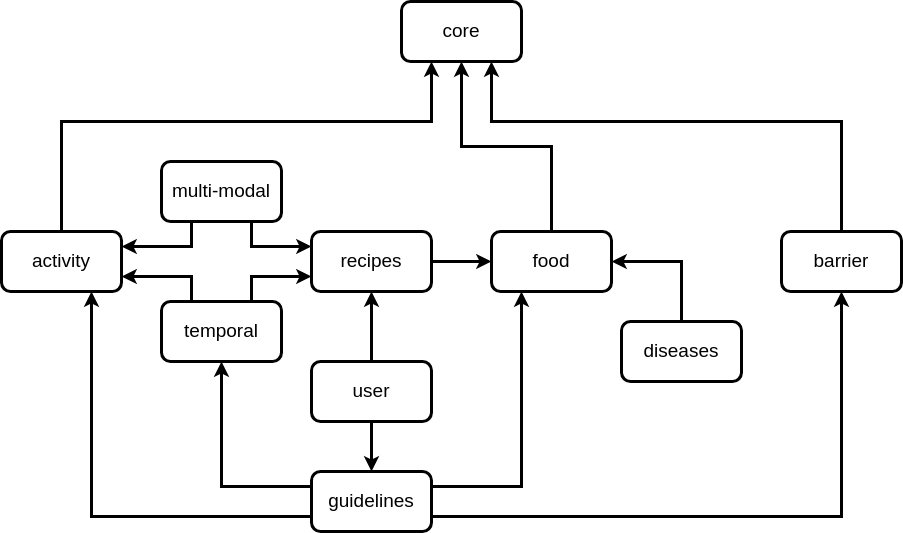
Before: diagrams/fuskg-modules/fuskg-modules.png, a diagram exported from draw.io (IDA-FBK/FuS-KG). Source tidied: cells renumbered, new cells last; positions are measured from the earlier drawing's top-left corner, leaving out a move shared by most shapes. Its diagram source:
```xml
<mxGraphModel>
  <root>
    <mxCell id="0" />
    <mxCell id="1" parent="0" />
    <mxCell id="2" value="core" style="rounded=1;whiteSpace=wrap;html=1;strokeWidth=3;fontSize=19;" parent="1" vertex="1">
      <mxGeometry x="400" width="120" height="60" as="geometry" />
    </mxCell>
    <mxCell id="3" style="edgeStyle=orthogonalEdgeStyle;rounded=0;jettySize=auto;html=1;exitX=0.5;exitY=0;exitDx=0;exitDy=0;entryX=0.25;entryY=1;entryDx=0;entryDy=0;strokeWidth=3;fontSize=19;" parent="1" edge="1" source="4" target="2">
      <mxGeometry relative="1" as="geometry">
        <Array as="points">
          <mxPoint x="60" y="120" />
          <mxPoint x="430" y="120" />
        </Array>
      </mxGeometry>
    </mxCell>
    <mxCell id="4" value="activity" style="rounded=1;whiteSpace=wrap;html=1;strokeWidth=3;fontSize=19;" parent="1" vertex="1">
      <mxGeometry y="230" width="120" height="60" as="geometry" />
    </mxCell>
    <mxCell id="5" style="edgeStyle=orthogonalEdgeStyle;rounded=0;jettySize=auto;html=1;exitX=0.5;exitY=0;exitDx=0;exitDy=0;entryX=0.5;entryY=1;entryDx=0;entryDy=0;strokeWidth=3;fontSize=19;" parent="1" edge="1" source="6" target="2">
      <mxGeometry relative="1" as="geometry" />
    </mxCell>
    <mxCell id="6" value="food" style="rounded=1;whiteSpace=wrap;html=1;strokeWidth=3;fontSize=19;" parent="1" vertex="1">
      <mxGeometry x="490" y="230" width="120" height="60" as="geometry" />
    </mxCell>
    <mxCell id="7" style="edgeStyle=orthogonalEdgeStyle;rounded=0;jettySize=auto;html=1;exitX=0.5;exitY=0;exitDx=0;exitDy=0;entryX=0.75;entryY=1;entryDx=0;entryDy=0;strokeWidth=3;fontSize=19;" parent="1" edge="1" source="8" target="2">
      <mxGeometry relative="1" as="geometry">
        <Array as="points">
          <mxPoint x="840" y="120" />
          <mxPoint x="490" y="120" />
        </Array>
      </mxGeometry>
    </mxCell>
    <mxCell id="8" value="barrier" style="rounded=1;whiteSpace=wrap;html=1;strokeWidth=3;fontSize=19;" parent="1" vertex="1">
      <mxGeometry x="780" y="230" width="120" height="60" as="geometry" />
    </mxCell>
    <mxCell id="9" style="edgeStyle=orthogonalEdgeStyle;rounded=0;jettySize=auto;html=1;exitX=0.5;exitY=1;exitDx=0;exitDy=0;entryX=0.5;entryY=0;entryDx=0;entryDy=0;strokeWidth=3;fontSize=19;" parent="1" edge="1" source="11" target="24">
      <mxGeometry relative="1" as="geometry" />
    </mxCell>
    <mxCell id="10" style="edgeStyle=orthogonalEdgeStyle;rounded=0;jettySize=auto;html=1;exitX=0.5;exitY=0;exitDx=0;exitDy=0;entryX=0.5;entryY=1;entryDx=0;entryDy=0;strokeWidth=3;" parent="1" edge="1" source="11" target="16">
      <mxGeometry relative="1" as="geometry" />
    </mxCell>
    <mxCell id="11" value="user" style="rounded=1;whiteSpace=wrap;html=1;strokeWidth=3;fontSize=19;" parent="1" vertex="1">
      <mxGeometry x="310" y="360" width="120" height="60" as="geometry" />
    </mxCell>
    <mxCell id="12" style="edgeStyle=orthogonalEdgeStyle;rounded=0;jettySize=auto;html=1;exitX=0.25;exitY=0;exitDx=0;exitDy=0;entryX=1;entryY=0.75;entryDx=0;entryDy=0;strokeWidth=3;fontSize=19;" parent="1" edge="1" source="14" target="4">
      <mxGeometry relative="1" as="geometry" />
    </mxCell>
    <mxCell id="13" style="edgeStyle=orthogonalEdgeStyle;rounded=0;jettySize=auto;html=1;exitX=0.75;exitY=0;exitDx=0;exitDy=0;entryX=0;entryY=0.75;entryDx=0;entryDy=0;strokeWidth=3;" parent="1" edge="1" source="14" target="16">
      <mxGeometry relative="1" as="geometry" />
    </mxCell>
    <mxCell id="14" value="temporal" style="rounded=1;whiteSpace=wrap;html=1;strokeWidth=3;fontSize=19;" parent="1" vertex="1">
      <mxGeometry x="160" y="300" width="120" height="60" as="geometry" />
    </mxCell>
    <mxCell id="15" style="edgeStyle=orthogonalEdgeStyle;rounded=0;jettySize=auto;html=1;exitX=1;exitY=0.5;exitDx=0;exitDy=0;entryX=0;entryY=0.5;entryDx=0;entryDy=0;strokeWidth=3;fontSize=19;" parent="1" edge="1" source="16" target="6">
      <mxGeometry relative="1" as="geometry" />
    </mxCell>
    <mxCell id="16" value="recipes" style="rounded=1;whiteSpace=wrap;html=1;strokeWidth=3;fontSize=19;" parent="1" vertex="1">
      <mxGeometry x="310" y="230" width="120" height="60" as="geometry" />
    </mxCell>
    <mxCell id="17" style="edgeStyle=orthogonalEdgeStyle;rounded=0;jettySize=auto;html=1;exitX=0.75;exitY=1;exitDx=0;exitDy=0;entryX=0;entryY=0.25;entryDx=0;entryDy=0;strokeWidth=3;fontSize=19;" parent="1" edge="1" source="19" target="16">
      <mxGeometry relative="1" as="geometry" />
    </mxCell>
    <mxCell id="18" style="edgeStyle=orthogonalEdgeStyle;rounded=0;jettySize=auto;html=1;exitX=0.25;exitY=1;exitDx=0;exitDy=0;entryX=1;entryY=0.25;entryDx=0;entryDy=0;strokeWidth=3;fontSize=19;" parent="1" edge="1" source="19" target="4">
      <mxGeometry relative="1" as="geometry" />
    </mxCell>
    <mxCell id="19" value="multi-modal" style="rounded=1;whiteSpace=wrap;html=1;strokeWidth=3;fontSize=19;" parent="1" vertex="1">
      <mxGeometry x="160" y="160" width="120" height="60" as="geometry" />
    </mxCell>
    <mxCell id="20" style="edgeStyle=orthogonalEdgeStyle;rounded=0;jettySize=auto;html=1;exitX=0;exitY=0.75;exitDx=0;exitDy=0;entryX=0.75;entryY=1;entryDx=0;entryDy=0;strokeWidth=3;" parent="1" edge="1" source="24" target="4">
      <mxGeometry relative="1" as="geometry" />
    </mxCell>
    <mxCell id="21" style="edgeStyle=orthogonalEdgeStyle;rounded=0;jettySize=auto;html=1;exitX=0;exitY=0.25;exitDx=0;exitDy=0;entryX=0.5;entryY=1;entryDx=0;entryDy=0;strokeWidth=3;" parent="1" edge="1" source="24" target="14">
      <mxGeometry relative="1" as="geometry" />
    </mxCell>
    <mxCell id="22" style="edgeStyle=orthogonalEdgeStyle;rounded=0;jettySize=auto;html=1;exitX=1;exitY=0.75;exitDx=0;exitDy=0;entryX=0.5;entryY=1;entryDx=0;entryDy=0;strokeWidth=3;" parent="1" edge="1" source="24" target="8">
      <mxGeometry relative="1" as="geometry" />
    </mxCell>
    <mxCell id="23" style="edgeStyle=orthogonalEdgeStyle;rounded=0;jettySize=auto;html=1;exitX=1;exitY=0.25;exitDx=0;exitDy=0;entryX=0.25;entryY=1;entryDx=0;entryDy=0;strokeWidth=3;" parent="1" edge="1" source="24" target="6">
      <mxGeometry relative="1" as="geometry" />
    </mxCell>
    <mxCell id="24" value="guidelines" style="rounded=1;whiteSpace=wrap;html=1;strokeWidth=3;fontSize=19;" parent="1" vertex="1">
      <mxGeometry x="310" y="470" width="120" height="60" as="geometry" />
    </mxCell>
    <mxCell id="25" style="edgeStyle=orthogonalEdgeStyle;rounded=0;jettySize=auto;html=1;exitX=0.5;exitY=0;exitDx=0;exitDy=0;entryX=1;entryY=0.5;entryDx=0;entryDy=0;strokeWidth=3;" parent="1" edge="1" source="26" target="6">
      <mxGeometry relative="1" as="geometry" />
    </mxCell>
    <mxCell id="26" value="diseases" style="rounded=1;whiteSpace=wrap;html=1;strokeWidth=3;fontSize=19;" parent="1" vertex="1">
      <mxGeometry x="620" y="320" width="120" height="60" as="geometry" />
    </mxCell>
  </root>
</mxGraphModel>
```
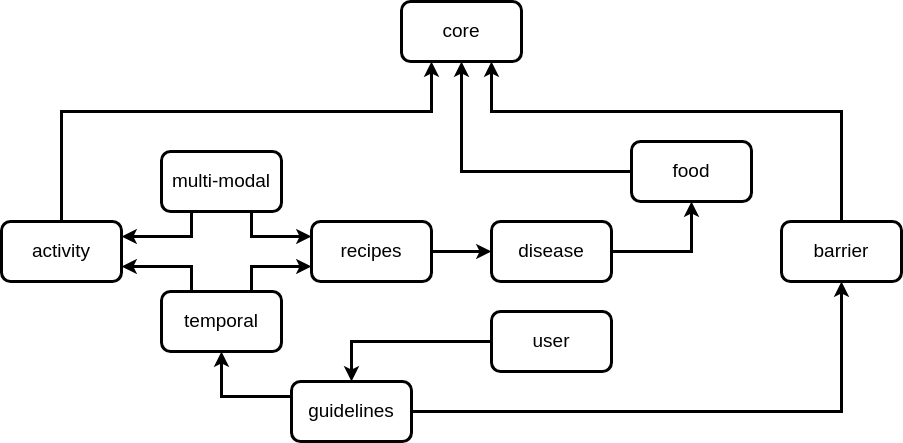
The same diagram one commit later.

Diff of the diagram source:
```diff
@@ -3,7 +3,7 @@
     <mxCell id="0" />
     <mxCell id="1" parent="0" />
     <mxCell id="2" value="core" style="rounded=1;whiteSpace=wrap;html=1;strokeWidth=3;fontSize=19;" parent="1" vertex="1">
-      <mxGeometry x="400" width="120" height="60" as="geometry" />
+      <mxGeometry x="400" y="10" width="120" height="60" as="geometry" />
     </mxCell>
     <mxCell id="3" style="edgeStyle=orthogonalEdgeStyle;rounded=0;jettySize=auto;html=1;exitX=0.5;exitY=0;exitDx=0;exitDy=0;entryX=0.25;entryY=1;entryDx=0;entryDy=0;strokeWidth=3;fontSize=19;" parent="1" edge="1" source="4" target="2">
       <mxGeometry relative="1" as="geometry">
@@ -16,31 +16,31 @@
     <mxCell id="4" value="activity" style="rounded=1;whiteSpace=wrap;html=1;strokeWidth=3;fontSize=19;" parent="1" vertex="1">
       <mxGeometry y="230" width="120" height="60" as="geometry" />
     </mxCell>
-    <mxCell id="5" style="edgeStyle=orthogonalEdgeStyle;rounded=0;jettySize=auto;html=1;exitX=0.5;exitY=0;exitDx=0;exitDy=0;entryX=0.5;entryY=1;entryDx=0;entryDy=0;strokeWidth=3;fontSize=19;" parent="1" edge="1" source="6" target="2">
+    <mxCell id="5" style="edgeStyle=orthogonalEdgeStyle;rounded=0;jettySize=auto;html=1;exitX=0;exitY=0.5;exitDx=0;exitDy=0;entryX=0.5;entryY=1;entryDx=0;entryDy=0;strokeWidth=3;fontSize=19;" parent="1" edge="1" source="23" target="2">
       <mxGeometry relative="1" as="geometry" />
     </mxCell>
-    <mxCell id="6" value="food" style="rounded=1;whiteSpace=wrap;html=1;strokeWidth=3;fontSize=19;" parent="1" vertex="1">
-      <mxGeometry x="490" y="230" width="120" height="60" as="geometry" />
+    <mxCell id="6" style="edgeStyle=orthogonalEdgeStyle;rounded=0;jettySize=auto;html=1;exitX=1;exitY=0.5;exitDx=0;exitDy=0;entryX=0.5;entryY=1;entryDx=0;entryDy=0;strokeWidth=3;" parent="1" edge="1" source="7" target="23">
+      <mxGeometry relative="1" as="geometry" />
     </mxCell>
-    <mxCell id="7" style="edgeStyle=orthogonalEdgeStyle;rounded=0;jettySize=auto;html=1;exitX=0.5;exitY=0;exitDx=0;exitDy=0;entryX=0.75;entryY=1;entryDx=0;entryDy=0;strokeWidth=3;fontSize=19;" parent="1" edge="1" source="8" target="2">
-      <mxGeometry relative="1" as="geometry">
-        <Array as="points">
-          <mxPoint x="840" y="120" />
-          <mxPoint x="490" y="120" />
-        </Array>
-      </mxGeometry>
+    <mxCell id="7" value="disease" style="rounded=1;whiteSpace=wrap;html=1;strokeWidth=3;fontSize=19;" parent="1" vertex="1">
+      <mxGeometry x="490" y="230" width="120" height="60" as="geometry" />
     </mxCell>
-    <mxCell id="8" value="barrier" style="rounded=1;whiteSpace=wrap;html=1;strokeWidth=3;fontSize=19;" parent="1" vertex="1">
-      <mxGeometry x="780" y="230" width="120" height="60" as="geometry" />
+    <mxCell id="8" style="edgeStyle=orthogonalEdgeStyle;rounded=0;jettySize=auto;html=1;exitX=0.5;exitY=0;exitDx=0;exitDy=0;entryX=0.75;entryY=1;entryDx=0;entryDy=0;strokeWidth=3;fontSize=19;" parent="1" edge="1" source="9" target="2">
+      <mxGeometry relative="1" as="geometry">
+        <Array as="points">
+          <mxPoint x="840" y="120" />
+          <mxPoint x="490" y="120" />
+        </Array>
+      </mxGeometry>
     </mxCell>
-    <mxCell id="9" style="edgeStyle=orthogonalEdgeStyle;rounded=0;jettySize=auto;html=1;exitX=0.5;exitY=1;exitDx=0;exitDy=0;entryX=0.5;entryY=0;entryDx=0;entryDy=0;strokeWidth=3;fontSize=19;" parent="1" edge="1" source="11" target="24">
-      <mxGeometry relative="1" as="geometry" />
+    <mxCell id="9" value="barrier" style="rounded=1;whiteSpace=wrap;html=1;strokeWidth=3;fontSize=19;" parent="1" vertex="1">
+      <mxGeometry x="780" y="230" width="120" height="60" as="geometry" />
     </mxCell>
-    <mxCell id="10" style="edgeStyle=orthogonalEdgeStyle;rounded=0;jettySize=auto;html=1;exitX=0.5;exitY=0;exitDx=0;exitDy=0;entryX=0.5;entryY=1;entryDx=0;entryDy=0;strokeWidth=3;" parent="1" edge="1" source="11" target="16">
+    <mxCell id="10" style="edgeStyle=orthogonalEdgeStyle;rounded=0;jettySize=auto;html=1;exitX=0;exitY=0.5;exitDx=0;exitDy=0;entryX=0.5;entryY=0;entryDx=0;entryDy=0;strokeWidth=3;fontSize=19;" parent="1" edge="1" source="11" target="22">
       <mxGeometry relative="1" as="geometry" />
     </mxCell>
     <mxCell id="11" value="user" style="rounded=1;whiteSpace=wrap;html=1;strokeWidth=3;fontSize=19;" parent="1" vertex="1">
-      <mxGeometry x="310" y="360" width="120" height="60" as="geometry" />
+      <mxGeometry x="490" y="320" width="120" height="60" as="geometry" />
     </mxCell>
     <mxCell id="12" style="edgeStyle=orthogonalEdgeStyle;rounded=0;jettySize=auto;html=1;exitX=0.25;exitY=0;exitDx=0;exitDy=0;entryX=1;entryY=0.75;entryDx=0;entryDy=0;strokeWidth=3;fontSize=19;" parent="1" edge="1" source="14" target="4">
       <mxGeometry relative="1" as="geometry" />
@@ -51,7 +51,7 @@
     <mxCell id="14" value="temporal" style="rounded=1;whiteSpace=wrap;html=1;strokeWidth=3;fontSize=19;" parent="1" vertex="1">
       <mxGeometry x="160" y="300" width="120" height="60" as="geometry" />
     </mxCell>
-    <mxCell id="15" style="edgeStyle=orthogonalEdgeStyle;rounded=0;jettySize=auto;html=1;exitX=1;exitY=0.5;exitDx=0;exitDy=0;entryX=0;entryY=0.5;entryDx=0;entryDy=0;strokeWidth=3;fontSize=19;" parent="1" edge="1" source="16" target="6">
+    <mxCell id="15" style="edgeStyle=orthogonalEdgeStyle;rounded=0;jettySize=auto;html=1;exitX=1;exitY=0.5;exitDx=0;exitDy=0;entryX=0;entryY=0.5;entryDx=0;entryDy=0;strokeWidth=3;fontSize=19;" parent="1" edge="1" source="16" target="7">
       <mxGeometry relative="1" as="geometry" />
     </mxCell>
     <mxCell id="16" value="recipes" style="rounded=1;whiteSpace=wrap;html=1;strokeWidth=3;fontSize=19;" parent="1" vertex="1">
@@ -66,26 +66,17 @@
     <mxCell id="19" value="multi-modal" style="rounded=1;whiteSpace=wrap;html=1;strokeWidth=3;fontSize=19;" parent="1" vertex="1">
       <mxGeometry x="160" y="160" width="120" height="60" as="geometry" />
     </mxCell>
-    <mxCell id="20" style="edgeStyle=orthogonalEdgeStyle;rounded=0;jettySize=auto;html=1;exitX=0;exitY=0.75;exitDx=0;exitDy=0;entryX=0.75;entryY=1;entryDx=0;entryDy=0;strokeWidth=3;" parent="1" edge="1" source="24" target="4">
+    <mxCell id="20" style="edgeStyle=orthogonalEdgeStyle;rounded=0;jettySize=auto;html=1;exitX=0;exitY=0.25;exitDx=0;exitDy=0;entryX=0.5;entryY=1;entryDx=0;entryDy=0;strokeWidth=3;" parent="1" edge="1" source="22" target="14">
       <mxGeometry relative="1" as="geometry" />
     </mxCell>
-    <mxCell id="21" style="edgeStyle=orthogonalEdgeStyle;rounded=0;jettySize=auto;html=1;exitX=0;exitY=0.25;exitDx=0;exitDy=0;entryX=0.5;entryY=1;entryDx=0;entryDy=0;strokeWidth=3;" parent="1" edge="1" source="24" target="14">
+    <mxCell id="21" style="edgeStyle=orthogonalEdgeStyle;rounded=0;jettySize=auto;html=1;exitX=1;exitY=0.5;exitDx=0;exitDy=0;entryX=0.5;entryY=1;entryDx=0;entryDy=0;strokeWidth=3;" parent="1" edge="1" source="22" target="9">
       <mxGeometry relative="1" as="geometry" />
     </mxCell>
-    <mxCell id="22" style="edgeStyle=orthogonalEdgeStyle;rounded=0;jettySize=auto;html=1;exitX=1;exitY=0.75;exitDx=0;exitDy=0;entryX=0.5;entryY=1;entryDx=0;entryDy=0;strokeWidth=3;" parent="1" edge="1" source="24" target="8">
-      <mxGeometry relative="1" as="geometry" />
+    <mxCell id="22" value="guidelines" style="rounded=1;whiteSpace=wrap;html=1;strokeWidth=3;fontSize=19;" parent="1" vertex="1">
+      <mxGeometry x="290" y="390" width="120" height="60" as="geometry" />
     </mxCell>
-    <mxCell id="23" style="edgeStyle=orthogonalEdgeStyle;rounded=0;jettySize=auto;html=1;exitX=1;exitY=0.25;exitDx=0;exitDy=0;entryX=0.25;entryY=1;entryDx=0;entryDy=0;strokeWidth=3;" parent="1" edge="1" source="24" target="6">
-      <mxGeometry relative="1" as="geometry" />
+    <mxCell id="23" value="food" style="rounded=1;whiteSpace=wrap;html=1;strokeWidth=3;fontSize=19;" parent="1" vertex="1">
+      <mxGeometry x="630" y="150" width="120" height="60" as="geometry" />
     </mxCell>
-    <mxCell id="24" value="guidelines" style="rounded=1;whiteSpace=wrap;html=1;strokeWidth=3;fontSize=19;" parent="1" vertex="1">
-      <mxGeometry x="310" y="470" width="120" height="60" as="geometry" />
-    </mxCell>
-    <mxCell id="25" style="edgeStyle=orthogonalEdgeStyle;rounded=0;jettySize=auto;html=1;exitX=0.5;exitY=0;exitDx=0;exitDy=0;entryX=1;entryY=0.5;entryDx=0;entryDy=0;strokeWidth=3;" parent="1" edge="1" source="26" target="6">
-      <mxGeometry relative="1" as="geometry" />
-    </mxCell>
-    <mxCell id="26" value="diseases" style="rounded=1;whiteSpace=wrap;html=1;strokeWidth=3;fontSize=19;" parent="1" vertex="1">
-      <mxGeometry x="620" y="320" width="120" height="60" as="geometry" />
-    </mxCell>
   </root>
 </mxGraphModel>
```
